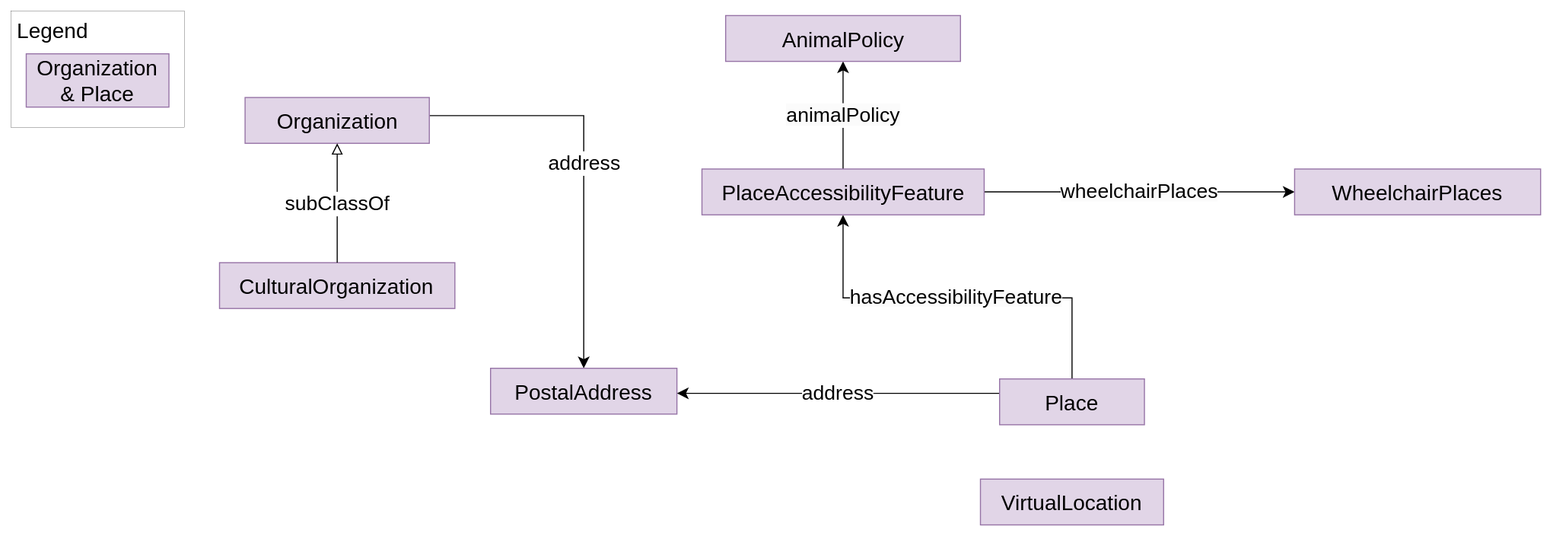
Earlier version of the draw.io export visual-models/organization-place-module-concise-model.drawio.svg (Fraunhofer-FIT-DSAI/drk-information-model). Source tidied: cells renumbered, new cells last; positions are measured from the earlier drawing's top-left corner, leaving out a move shared by most shapes. Its diagram source:
```xml
<mxGraphModel>
  <root>
    <mxCell id="0" />
    <mxCell id="1" parent="0" />
    <mxCell id="2" value="&lt;font style=&quot;font-size: 19px;&quot;&gt;address&lt;/font&gt;" style="edgeStyle=orthogonalEdgeStyle;rounded=0;jettySize=auto;html=1;fontSize=12;startSize=8;endSize=8;" parent="1" edge="1" source="12" target="3">
      <mxGeometry relative="1" as="geometry">
        <Array as="points">
          <mxPoint x="538.5" y="98" />
        </Array>
      </mxGeometry>
    </mxCell>
    <mxCell id="3" value="PostalAddress" style="rounded=0;whiteSpace=wrap;html=1;fontSize=20;fillColor=#e1d5e7;strokeColor=#9673a6;" parent="1" vertex="1">
      <mxGeometry x="451" y="335.1" width="175" height="43" as="geometry" />
    </mxCell>
    <mxCell id="4" value="&lt;span style=&quot;font-size: 19px;&quot;&gt;address&lt;/span&gt;" style="edgeStyle=none;curved=1;rounded=0;orthogonalLoop=1;jettySize=auto;html=1;fontSize=12;startSize=8;endSize=8;" parent="1" edge="1">
      <mxGeometry relative="1" as="geometry">
        <mxPoint x="929" y="358.6" as="sourcePoint" />
        <mxPoint x="626" y="358.6" as="targetPoint" />
      </mxGeometry>
    </mxCell>
    <mxCell id="5" value="&lt;span style=&quot;text-wrap-mode: wrap; background-color: rgb(251, 251, 251);&quot;&gt;&lt;font style=&quot;font-size: 19px;&quot;&gt;hasAccessibilityFeature&lt;/font&gt;&lt;/span&gt;" style="edgeStyle=orthogonalEdgeStyle;rounded=0;jettySize=auto;html=1;fontSize=12;startSize=8;endSize=8;" parent="1" edge="1" source="6" target="9">
      <mxGeometry relative="1" as="geometry">
        <Array as="points">
          <mxPoint x="997" y="269.1" />
          <mxPoint x="782" y="269.1" />
        </Array>
      </mxGeometry>
    </mxCell>
    <mxCell id="6" value="Place" style="rounded=0;whiteSpace=wrap;html=1;fontSize=20;fillColor=#e1d5e7;strokeColor=#9673a6;" parent="1" vertex="1">
      <mxGeometry x="929" y="345.1" width="136" height="43" as="geometry" />
    </mxCell>
    <mxCell id="7" value="&lt;span style=&quot;font-size: 19px; text-wrap-mode: wrap; background-color: rgb(251, 251, 251);&quot;&gt;animalPolicy&lt;/span&gt;" style="edgeStyle=none;curved=1;rounded=0;jettySize=auto;html=1;fontSize=12;startSize=8;endSize=8;" parent="1" edge="1" source="9" target="10">
      <mxGeometry relative="1" as="geometry" />
    </mxCell>
    <mxCell id="8" value="&lt;span style=&quot;text-wrap-mode: wrap; background-color: rgb(251, 251, 251);&quot;&gt;&lt;font style=&quot;font-size: 19px;&quot;&gt;wheelchairPlaces&lt;/font&gt;&lt;/span&gt;" style="edgeStyle=none;curved=1;rounded=0;jettySize=auto;html=1;fontSize=12;startSize=8;endSize=8;" parent="1" edge="1" source="9" target="11">
      <mxGeometry relative="1" as="geometry" />
    </mxCell>
    <mxCell id="9" value="PlaceAccessibilityFeature" style="rounded=0;whiteSpace=wrap;html=1;fontSize=20;fillColor=#e1d5e7;strokeColor=#9673a6;" parent="1" vertex="1">
      <mxGeometry x="649.5" y="148.1" width="265" height="43" as="geometry" />
    </mxCell>
    <mxCell id="10" value="AnimalPolicy" style="rounded=0;whiteSpace=wrap;html=1;fontSize=20;fillColor=#e1d5e7;strokeColor=#9673a6;" parent="1" vertex="1">
      <mxGeometry x="671.8" y="4.1" width="220.5" height="43" as="geometry" />
    </mxCell>
    <mxCell id="11" value="WheelchairPlaces" style="rounded=0;whiteSpace=wrap;html=1;fontSize=20;fillColor=#e1d5e7;strokeColor=#9673a6;" parent="1" vertex="1">
      <mxGeometry x="1206" y="148.1" width="231" height="43" as="geometry" />
    </mxCell>
    <mxCell id="12" value="Organization" style="rounded=0;whiteSpace=wrap;html=1;fontSize=20;fillColor=#e1d5e7;strokeColor=#9673a6;" parent="1" vertex="1">
      <mxGeometry x="220.5" y="81" width="173" height="43" as="geometry" />
    </mxCell>
    <mxCell id="13" value="VirtualLocation" style="rounded=0;whiteSpace=wrap;html=1;fontSize=20;fillColor=#e1d5e7;strokeColor=#9673a6;" parent="1" vertex="1">
      <mxGeometry x="911" y="439.1" width="172" height="43" as="geometry" />
    </mxCell>
    <mxCell id="14" value="CulturalOrganization" style="rounded=0;whiteSpace=wrap;html=1;fontSize=20;fillColor=#e1d5e7;strokeColor=#9673a6;" parent="1" vertex="1">
      <mxGeometry x="196.5" y="236" width="221" height="43" as="geometry" />
    </mxCell>
    <mxCell id="15" value="&lt;font style=&quot;font-size: 19px;&quot;&gt;subClassOf&lt;/font&gt;" style="edgeStyle=orthogonalEdgeStyle;rounded=0;jettySize=auto;html=1;fontSize=12;startSize=8;endSize=8;endArrow=block;endFill=0;" parent="1" edge="1" source="14" target="12">
      <mxGeometry relative="1" as="geometry" />
    </mxCell>
    <mxCell id="16" style="rounded=0;whiteSpace=wrap;html=1;strokeWidth=0.2;" parent="1" vertex="1">
      <mxGeometry x="0.5" width="163" height="109" as="geometry" />
    </mxCell>
    <mxCell id="17" value="&lt;font style=&quot;font-size: 20px;&quot;&gt;Legend&lt;/font&gt;" style="text;html=1;align=center;verticalAlign=middle;whiteSpace=wrap;rounded=0;" parent="1" vertex="1">
      <mxGeometry x="3.5" y="3" width="72" height="30" as="geometry" />
    </mxCell>
    <mxCell id="18" value="Organization &amp;amp; Place" style="rounded=0;whiteSpace=wrap;html=1;fillColor=#e1d5e7;strokeColor=#9673a6;fontSize=20;" parent="1" vertex="1">
      <mxGeometry x="15" y="40" width="134" height="50" as="geometry" />
    </mxCell>
  </root>
</mxGraphModel>
```
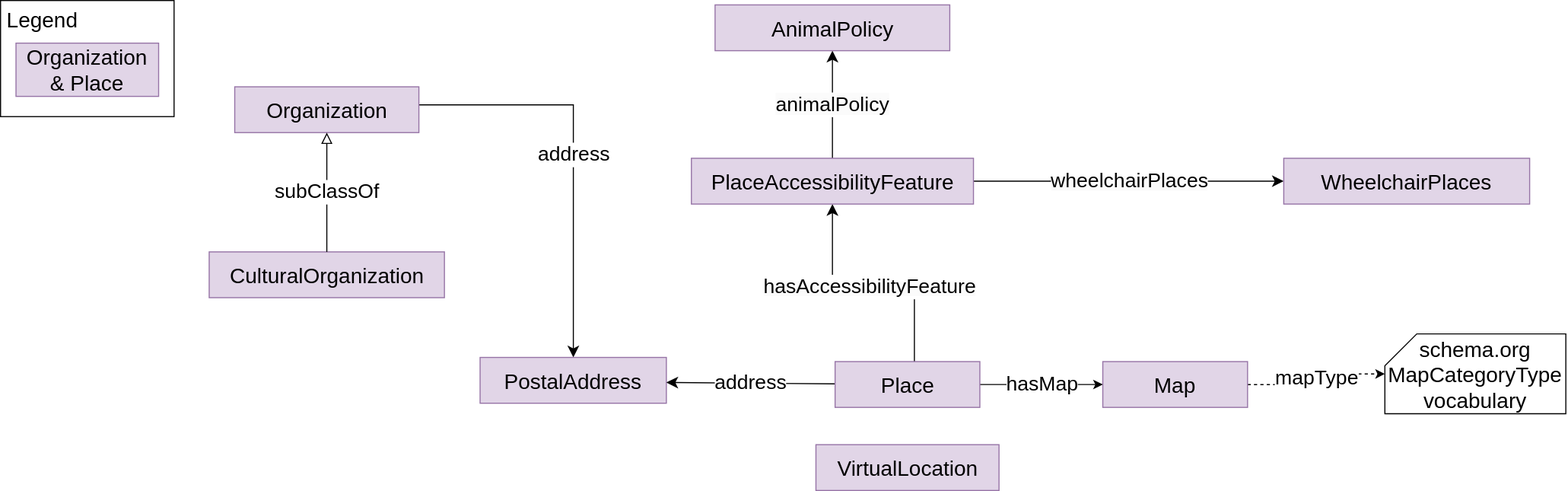
Above is the later version.

Commit message:
[Visual model] Update Organization & Place module to add Map class and link it to Place based on schema.org

What changed in the source:
```diff
@@ -12,23 +12,19 @@
     <mxCell id="3" value="PostalAddress" style="rounded=0;whiteSpace=wrap;html=1;fontSize=20;fillColor=#e1d5e7;strokeColor=#9673a6;" parent="1" vertex="1">
       <mxGeometry x="451" y="335.1" width="175" height="43" as="geometry" />
     </mxCell>
-    <mxCell id="4" value="&lt;span style=&quot;font-size: 19px;&quot;&gt;address&lt;/span&gt;" style="edgeStyle=none;curved=1;rounded=0;orthogonalLoop=1;jettySize=auto;html=1;fontSize=12;startSize=8;endSize=8;" parent="1" edge="1">
+    <mxCell id="4" value="&lt;span style=&quot;font-size: 19px;&quot;&gt;address&lt;/span&gt;" style="edgeStyle=none;curved=1;rounded=0;jettySize=auto;html=1;fontSize=12;startSize=8;endSize=8;" parent="1" edge="1" source="6">
       <mxGeometry relative="1" as="geometry">
-        <mxPoint x="929" y="358.6" as="sourcePoint" />
         <mxPoint x="626" y="358.6" as="targetPoint" />
       </mxGeometry>
     </mxCell>
     <mxCell id="5" value="&lt;span style=&quot;text-wrap-mode: wrap; background-color: rgb(251, 251, 251);&quot;&gt;&lt;font style=&quot;font-size: 19px;&quot;&gt;hasAccessibilityFeature&lt;/font&gt;&lt;/span&gt;" style="edgeStyle=orthogonalEdgeStyle;rounded=0;jettySize=auto;html=1;fontSize=12;startSize=8;endSize=8;" parent="1" edge="1" source="6" target="9">
       <mxGeometry relative="1" as="geometry">
         <Array as="points">
-          <mxPoint x="997" y="269.1" />
-          <mxPoint x="782" y="269.1" />
+          <mxPoint x="859" y="269" />
+          <mxPoint x="782" y="269" />
         </Array>
       </mxGeometry>
     </mxCell>
-    <mxCell id="6" value="Place" style="rounded=0;whiteSpace=wrap;html=1;fontSize=20;fillColor=#e1d5e7;strokeColor=#9673a6;" parent="1" vertex="1">
-      <mxGeometry x="929" y="345.1" width="136" height="43" as="geometry" />
-    </mxCell>
     <mxCell id="7" value="&lt;span style=&quot;font-size: 19px; text-wrap-mode: wrap; background-color: rgb(251, 251, 251);&quot;&gt;animalPolicy&lt;/span&gt;" style="edgeStyle=none;curved=1;rounded=0;jettySize=auto;html=1;fontSize=12;startSize=8;endSize=8;" parent="1" edge="1" source="9" target="10">
       <mxGeometry relative="1" as="geometry" />
     </mxCell>
@@ -48,7 +44,7 @@
       <mxGeometry x="220.5" y="81" width="173" height="43" as="geometry" />
     </mxCell>
     <mxCell id="13" value="VirtualLocation" style="rounded=0;whiteSpace=wrap;html=1;fontSize=20;fillColor=#e1d5e7;strokeColor=#9673a6;" parent="1" vertex="1">
-      <mxGeometry x="911" y="439.1" width="172" height="43" as="geometry" />
+      <mxGeometry x="766.5" y="417" width="172" height="43" as="geometry" />
     </mxCell>
     <mxCell id="14" value="CulturalOrganization" style="rounded=0;whiteSpace=wrap;html=1;fontSize=20;fillColor=#e1d5e7;strokeColor=#9673a6;" parent="1" vertex="1">
       <mxGeometry x="196.5" y="236" width="221" height="43" as="geometry" />
@@ -65,5 +61,20 @@
     <mxCell id="18" value="Organization &amp;amp; Place" style="rounded=0;whiteSpace=wrap;html=1;fillColor=#e1d5e7;strokeColor=#9673a6;fontSize=20;" parent="1" vertex="1">
       <mxGeometry x="15" y="40" width="134" height="50" as="geometry" />
     </mxCell>
+    <mxCell id="19" value="&lt;font style=&quot;font-size: 19px;&quot;&gt;mapType&lt;/font&gt;" style="edgeStyle=orthogonalEdgeStyle;rounded=0;jettySize=auto;html=1;dashed=1;" parent="1" edge="1" source="20" target="22">
+      <mxGeometry relative="1" as="geometry" />
+    </mxCell>
+    <mxCell id="20" value="Map" style="rounded=0;whiteSpace=wrap;html=1;fontSize=20;fillColor=#e1d5e7;strokeColor=#9673a6;" parent="1" vertex="1">
+      <mxGeometry x="1036" y="339" width="136" height="43" as="geometry" />
+    </mxCell>
+    <mxCell id="21" value="&lt;font style=&quot;font-size: 19px;&quot;&gt;hasMap&lt;/font&gt;" style="edgeStyle=orthogonalEdgeStyle;rounded=0;jettySize=auto;html=1;" parent="1" edge="1" source="6" target="20">
+      <mxGeometry relative="1" as="geometry" />
+    </mxCell>
+    <mxCell id="6" value="Place" style="rounded=0;whiteSpace=wrap;html=1;fontSize=20;fillColor=#e1d5e7;strokeColor=#9673a6;" parent="1" vertex="1">
+      <mxGeometry x="784.5" y="339" width="136" height="43" as="geometry" />
+    </mxCell>
+    <mxCell id="22" value="schema.org MapCategoryType vocabulary" style="shape=card;whiteSpace=wrap;html=1;fontSize=20;" parent="1" vertex="1">
+      <mxGeometry x="1301" y="313" width="170" height="75" as="geometry" />
+    </mxCell>
   </root>
 </mxGraphModel>
```
